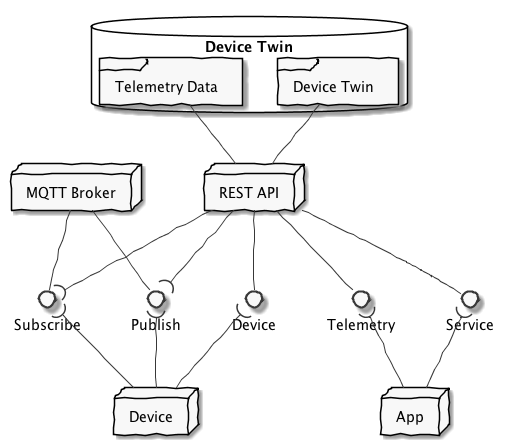
Earlier version of the PlantUML export docs/out/figures/uml/architecture/architecture.png (AlexKarlsen/IoT-Technology-Course).
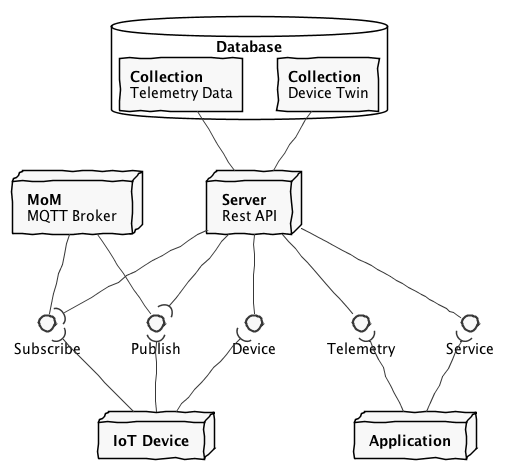
Later version of the same file.

The edit, as a diff of the source:
```diff
@@ -1,14 +1,15 @@
 @startuml
 skinparam handwritten true
 skinparam monochrome true
+skinparam shadowing false
 
-node mqtt as "MQTT Broker"
-node device as "Device"
-node server as "REST API"
-node app as "App"
-database db as "Device Twin" {
-    frame twin as "Device Twin"
-    frame telemetry as "Telemetry Data"
+node mqtt as "**MoM**\nMQTT Broker"
+node device as "**IoT Device**"
+node server as "**Server**\nRest API"
+node app as "**Application**"
+database db as "Database" {
+    rectangle twin as "**Collection**\nDevice Twin"
+    rectangle telemetry as "**Collection**\nTelemetry Data"
 }
 interface Publish
 interface Subscribe
```
